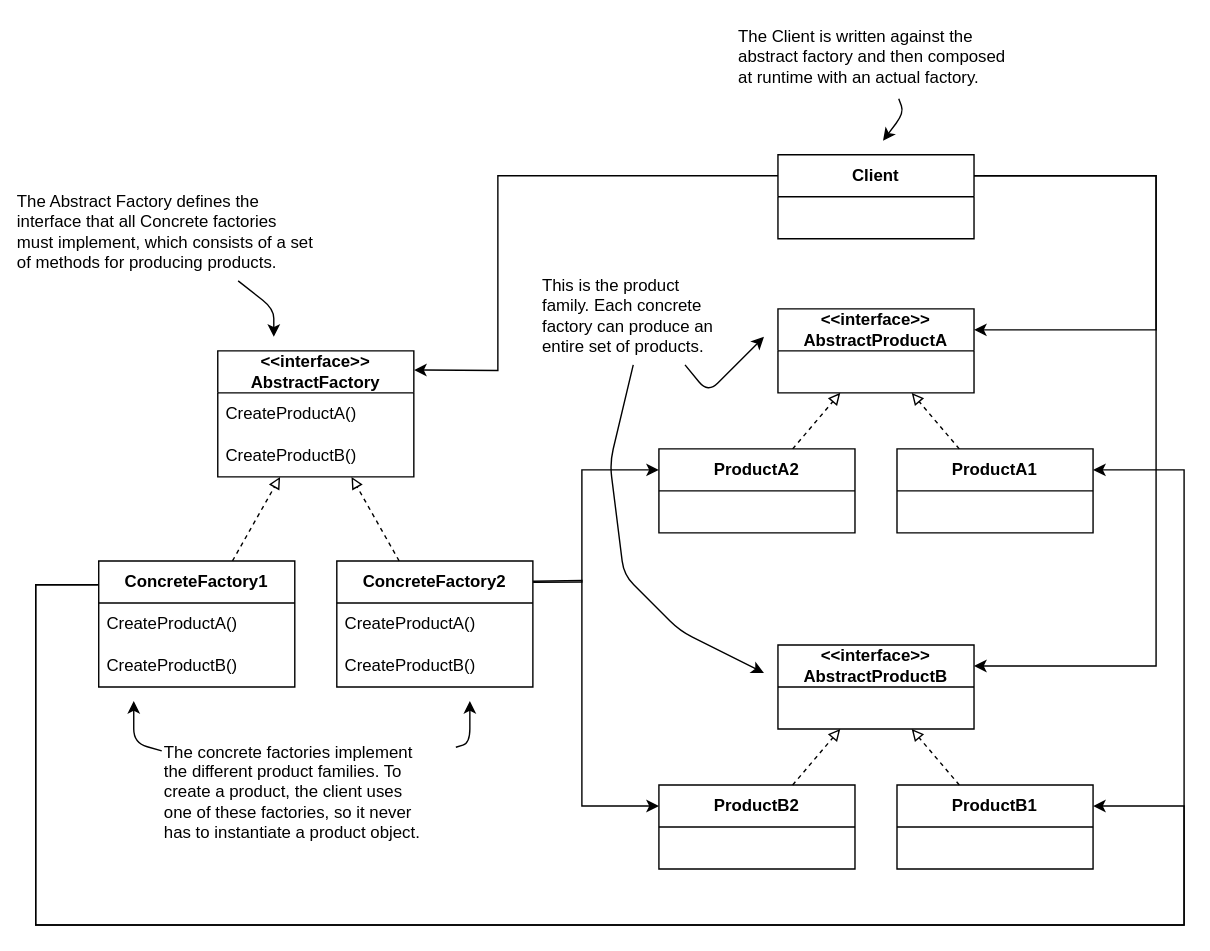
The draw.io diagram head-first-design-patterns/diagrams/svg/04_05_abstract_factory_pattern.drawio.svg in huyurt/book-summary, before a commit. Source tidied: cells renumbered, new cells last; positions are measured from the earlier drawing's top-left corner, leaving out a move shared by most shapes. The source it was exported from:
```xml
<mxGraphModel>
  <root>
    <mxCell id="0" />
    <mxCell id="1" parent="0" />
    <mxCell id="2" value="&lt;span style=&quot;font-weight: 700;&quot;&gt;&amp;lt;&amp;lt;interface&amp;gt;&amp;gt;&lt;/span&gt;&lt;br style=&quot;border-color: var(--border-color); padding: 0px; margin: 0px; font-weight: 700;&quot;&gt;&lt;span style=&quot;font-weight: 700;&quot;&gt;AbstractFactory&lt;/span&gt;" style="swimlane;fontStyle=0;horizontal=1;startSize=30;whiteSpace=wrap;html=1;" parent="1" vertex="1">
      <mxGeometry x="145" y="240" width="140" height="90" as="geometry" />
    </mxCell>
    <mxCell id="3" value="CreateProductA()" style="text;strokeColor=none;fillColor=none;align=left;verticalAlign=middle;spacingLeft=4;spacingRight=4;overflow=hidden;whiteSpace=wrap;html=1;" parent="2" vertex="1">
      <mxGeometry y="30" width="140" height="30" as="geometry" />
    </mxCell>
    <mxCell id="4" value="CreateProductB()" style="text;strokeColor=none;fillColor=none;align=left;verticalAlign=middle;spacingLeft=4;spacingRight=4;overflow=hidden;whiteSpace=wrap;html=1;" parent="2" vertex="1">
      <mxGeometry y="60" width="140" height="30" as="geometry" />
    </mxCell>
    <mxCell id="5" value="&lt;b&gt;Client&lt;/b&gt;" style="swimlane;fontStyle=0;horizontal=1;startSize=30;whiteSpace=wrap;html=1;" parent="1" vertex="1">
      <mxGeometry x="545" y="100" width="140" height="60" as="geometry" />
    </mxCell>
    <mxCell id="6" value="&lt;span style=&quot;font-weight: 700;&quot;&gt;&amp;lt;&amp;lt;interface&amp;gt;&amp;gt;&lt;/span&gt;&lt;br style=&quot;border-color: var(--border-color); padding: 0px; margin: 0px; font-weight: 700;&quot;&gt;&lt;span style=&quot;font-weight: 700;&quot;&gt;AbstractProductA&lt;/span&gt;" style="swimlane;fontStyle=0;horizontal=1;startSize=30;whiteSpace=wrap;html=1;" parent="1" vertex="1">
      <mxGeometry x="545" y="210" width="140" height="60" as="geometry" />
    </mxCell>
    <mxCell id="7" value="&lt;span style=&quot;font-weight: 700;&quot;&gt;&amp;lt;&amp;lt;interface&amp;gt;&amp;gt;&lt;/span&gt;&lt;br style=&quot;border-color: var(--border-color); padding: 0px; margin: 0px; font-weight: 700;&quot;&gt;&lt;span style=&quot;font-weight: 700;&quot;&gt;AbstractProductB&lt;/span&gt;" style="swimlane;fontStyle=0;horizontal=1;startSize=30;whiteSpace=wrap;html=1;" parent="1" vertex="1">
      <mxGeometry x="545" y="450" width="140" height="60" as="geometry" />
    </mxCell>
    <mxCell id="8" value="&lt;b&gt;ProductA2&lt;/b&gt;" style="swimlane;fontStyle=0;horizontal=1;startSize=30;whiteSpace=wrap;html=1;" parent="1" vertex="1">
      <mxGeometry x="460" y="310" width="140" height="60" as="geometry" />
    </mxCell>
    <mxCell id="9" value="&lt;b&gt;ProductA1&lt;/b&gt;" style="swimlane;fontStyle=0;horizontal=1;startSize=30;whiteSpace=wrap;html=1;" parent="1" vertex="1">
      <mxGeometry x="630" y="310" width="140" height="60" as="geometry" />
    </mxCell>
    <mxCell id="10" value="&lt;b&gt;ProductB2&lt;/b&gt;" style="swimlane;fontStyle=0;horizontal=1;startSize=30;whiteSpace=wrap;html=1;" parent="1" vertex="1">
      <mxGeometry x="460" y="550" width="140" height="60" as="geometry" />
    </mxCell>
    <mxCell id="11" value="&lt;b&gt;ProductB1&lt;/b&gt;" style="swimlane;fontStyle=0;horizontal=1;startSize=30;whiteSpace=wrap;html=1;" parent="1" vertex="1">
      <mxGeometry x="630" y="550" width="140" height="60" as="geometry" />
    </mxCell>
    <mxCell id="12" value="&lt;b&gt;ConcreteFactory1&lt;/b&gt;" style="swimlane;fontStyle=0;horizontal=1;startSize=30;whiteSpace=wrap;html=1;" parent="1" vertex="1">
      <mxGeometry x="60" y="390" width="140" height="90" as="geometry" />
    </mxCell>
    <mxCell id="13" value="CreateProductA()" style="text;strokeColor=none;fillColor=none;align=left;verticalAlign=middle;spacingLeft=4;spacingRight=4;overflow=hidden;whiteSpace=wrap;html=1;" parent="12" vertex="1">
      <mxGeometry y="30" width="140" height="30" as="geometry" />
    </mxCell>
    <mxCell id="14" value="CreateProductB()" style="text;strokeColor=none;fillColor=none;align=left;verticalAlign=middle;spacingLeft=4;spacingRight=4;overflow=hidden;whiteSpace=wrap;html=1;" parent="12" vertex="1">
      <mxGeometry y="60" width="140" height="30" as="geometry" />
    </mxCell>
    <mxCell id="15" value="&lt;b&gt;ConcreteFactory2&lt;/b&gt;" style="swimlane;fontStyle=0;horizontal=1;startSize=30;whiteSpace=wrap;html=1;" parent="1" vertex="1">
      <mxGeometry x="230" y="390" width="140" height="90" as="geometry" />
    </mxCell>
    <mxCell id="16" value="CreateProductA()" style="text;strokeColor=none;fillColor=none;align=left;verticalAlign=middle;spacingLeft=4;spacingRight=4;overflow=hidden;whiteSpace=wrap;html=1;" parent="15" vertex="1">
      <mxGeometry y="30" width="140" height="30" as="geometry" />
    </mxCell>
    <mxCell id="17" value="CreateProductB()" style="text;strokeColor=none;fillColor=none;align=left;verticalAlign=middle;spacingLeft=4;spacingRight=4;overflow=hidden;whiteSpace=wrap;html=1;" parent="15" vertex="1">
      <mxGeometry y="60" width="140" height="30" as="geometry" />
    </mxCell>
    <mxCell id="18" style="endArrow=classic;html=1;rounded=0;exitX=0;exitY=0.25;exitDx=0;exitDy=0;entryX=1.001;entryY=0.152;entryDx=0;entryDy=0;entryPerimeter=0;" parent="1" edge="1" source="5" target="2">
      <mxGeometry relative="1" as="geometry">
        <Array as="points">
          <mxPoint x="345" y="115" />
          <mxPoint x="345" y="254" />
        </Array>
      </mxGeometry>
    </mxCell>
    <mxCell id="19" style="endArrow=classic;html=1;rounded=0;exitX=1;exitY=0.25;exitDx=0;exitDy=0;entryX=1;entryY=0.25;entryDx=0;entryDy=0;" parent="1" edge="1" source="5" target="6">
      <mxGeometry relative="1" as="geometry">
        <Array as="points">
          <mxPoint x="815" y="115" />
          <mxPoint x="815" y="225" />
        </Array>
      </mxGeometry>
    </mxCell>
    <mxCell id="20" style="endArrow=classic;html=1;rounded=0;exitX=1;exitY=0.25;exitDx=0;exitDy=0;entryX=1;entryY=0.25;entryDx=0;entryDy=0;" parent="1" edge="1" source="5" target="7">
      <mxGeometry relative="1" as="geometry">
        <Array as="points">
          <mxPoint x="815" y="115" />
          <mxPoint x="815" y="465" />
        </Array>
      </mxGeometry>
    </mxCell>
    <mxCell id="21" style="endArrow=block;html=1;rounded=0;endFill=0;dashed=1;" parent="1" edge="1" source="8" target="6">
      <mxGeometry relative="1" as="geometry" />
    </mxCell>
    <mxCell id="22" style="endArrow=block;html=1;rounded=0;endFill=0;dashed=1;" parent="1" edge="1" source="9" target="6">
      <mxGeometry relative="1" as="geometry" />
    </mxCell>
    <mxCell id="23" style="endArrow=block;html=1;rounded=0;endFill=0;dashed=1;" parent="1" edge="1" source="10" target="7">
      <mxGeometry relative="1" as="geometry" />
    </mxCell>
    <mxCell id="24" style="endArrow=block;html=1;rounded=0;endFill=0;dashed=1;" parent="1" edge="1" source="11" target="7">
      <mxGeometry relative="1" as="geometry" />
    </mxCell>
    <mxCell id="25" style="endArrow=classic;html=1;rounded=0;entryX=1;entryY=0.25;entryDx=0;entryDy=0;exitX=0.001;exitY=0.189;exitDx=0;exitDy=0;exitPerimeter=0;" parent="1" edge="1" source="12" target="9">
      <mxGeometry relative="1" as="geometry">
        <Array as="points">
          <mxPoint x="15" y="407" />
          <mxPoint x="15" y="650" />
          <mxPoint x="835" y="650" />
          <mxPoint x="835" y="325" />
        </Array>
      </mxGeometry>
    </mxCell>
    <mxCell id="26" style="endArrow=classic;html=1;rounded=0;entryX=1;entryY=0.25;entryDx=0;entryDy=0;exitX=-0.005;exitY=0.189;exitDx=0;exitDy=0;exitPerimeter=0;" parent="1" edge="1" source="12" target="11">
      <mxGeometry relative="1" as="geometry">
        <Array as="points">
          <mxPoint x="15" y="407" />
          <mxPoint x="15" y="650" />
          <mxPoint x="835" y="650" />
          <mxPoint x="835" y="565" />
        </Array>
      </mxGeometry>
    </mxCell>
    <mxCell id="27" style="endArrow=classic;html=1;rounded=0;exitX=1.001;exitY=0.17;exitDx=0;exitDy=0;exitPerimeter=0;entryX=0;entryY=0.25;entryDx=0;entryDy=0;" parent="1" edge="1" source="15" target="8">
      <mxGeometry relative="1" as="geometry">
        <Array as="points">
          <mxPoint x="405" y="405" />
          <mxPoint x="405" y="325" />
        </Array>
      </mxGeometry>
    </mxCell>
    <mxCell id="28" style="endArrow=classic;html=1;rounded=0;exitX=1.001;exitY=0.161;exitDx=0;exitDy=0;exitPerimeter=0;entryX=0;entryY=0.25;entryDx=0;entryDy=0;" parent="1" edge="1" source="15" target="10">
      <mxGeometry relative="1" as="geometry">
        <Array as="points">
          <mxPoint x="405" y="404" />
          <mxPoint x="405" y="565" />
        </Array>
      </mxGeometry>
    </mxCell>
    <mxCell id="29" style="endArrow=block;html=1;rounded=0;endFill=0;dashed=1;" parent="1" edge="1" source="12" target="2">
      <mxGeometry relative="1" as="geometry" />
    </mxCell>
    <mxCell id="30" style="endArrow=block;html=1;rounded=0;endFill=0;dashed=1;" parent="1" edge="1" source="15" target="2">
      <mxGeometry relative="1" as="geometry" />
    </mxCell>
    <mxCell id="31" value="&lt;div&gt;The Abstract Factory defines the&lt;/div&gt;&lt;div&gt;interface that all Concrete factories&lt;/div&gt;&lt;div&gt;must implement, which consists of a set&lt;/div&gt;&lt;div&gt;of methods for producing products.&lt;/div&gt;" style="text;html=1;align=left;verticalAlign=middle;points=[];strokeColor=none;fillColor=none;" parent="1" vertex="1">
      <mxGeometry y="120" width="230" height="70" as="geometry" />
    </mxCell>
    <mxCell id="32" style="endArrow=classic;html=1;rounded=1;" parent="1" edge="1" source="31">
      <mxGeometry relative="1" as="geometry">
        <mxPoint x="185" y="230" as="targetPoint" />
        <Array as="points">
          <mxPoint x="185" y="210" />
        </Array>
      </mxGeometry>
    </mxCell>
    <mxCell id="33" value="&lt;div&gt;The Client is written against the&lt;/div&gt;&lt;div&gt;abstract factory and then composed&lt;/div&gt;&lt;div&gt;at runtime with an actual factory.&lt;/div&gt;" style="text;html=1;align=left;verticalAlign=middle;points=[];strokeColor=none;fillColor=none;" parent="1" vertex="1">
      <mxGeometry x="515" width="210" height="60" as="geometry" />
    </mxCell>
    <mxCell id="34" style="endArrow=classic;html=1;rounded=1;" parent="1" edge="1" source="33">
      <mxGeometry relative="1" as="geometry">
        <mxPoint x="620" y="90" as="targetPoint" />
        <Array as="points">
          <mxPoint x="635" y="70" />
        </Array>
      </mxGeometry>
    </mxCell>
    <mxCell id="35" value="This is the product&#10;family. Each concrete&#10;factory can produce an&#10;entire set of products." style="text;html=1;align=left;verticalAlign=middle;points=[];strokeColor=none;fillColor=none;" parent="1" vertex="1">
      <mxGeometry x="375" y="180" width="150" height="70" as="geometry" />
    </mxCell>
    <mxCell id="36" style="endArrow=classic;html=1;rounded=1;" parent="1" edge="1" source="35">
      <mxGeometry relative="1" as="geometry">
        <mxPoint x="535" y="230" as="targetPoint" />
        <Array as="points">
          <mxPoint x="495" y="270" />
        </Array>
      </mxGeometry>
    </mxCell>
    <mxCell id="37" style="endArrow=classic;html=1;rounded=1;" parent="1" edge="1" source="35">
      <mxGeometry relative="1" as="geometry">
        <mxPoint x="535" y="470" as="targetPoint" />
        <Array as="points">
          <mxPoint x="425" y="320" />
          <mxPoint x="435" y="400" />
          <mxPoint x="475" y="440" />
        </Array>
      </mxGeometry>
    </mxCell>
    <mxCell id="38" value="&lt;div&gt;The concrete factories implement&lt;/div&gt;&lt;div&gt;the different product families. To&lt;/div&gt;&lt;div&gt;create a product, the client uses&lt;/div&gt;&lt;div&gt;one of these factories, so it never&lt;/div&gt;&lt;div&gt;has to instantiate a product object.&lt;/div&gt;" style="text;html=1;align=left;verticalAlign=middle;points=[];strokeColor=none;fillColor=none;" parent="1" vertex="1">
      <mxGeometry x="105" y="510" width="210" height="90" as="geometry" />
    </mxCell>
    <mxCell id="39" style="endArrow=classic;html=1;rounded=1;" parent="1" edge="1" source="38">
      <mxGeometry relative="1" as="geometry">
        <mxPoint x="85" y="490" as="targetPoint" />
        <Array as="points">
          <mxPoint x="85" y="520" />
        </Array>
      </mxGeometry>
    </mxCell>
    <mxCell id="40" style="endArrow=classic;html=1;rounded=1;" parent="1" edge="1" source="38">
      <mxGeometry relative="1" as="geometry">
        <mxPoint x="325" y="490" as="targetPoint" />
        <Array as="points">
          <mxPoint x="325" y="520" />
        </Array>
      </mxGeometry>
    </mxCell>
  </root>
</mxGraphModel>
```
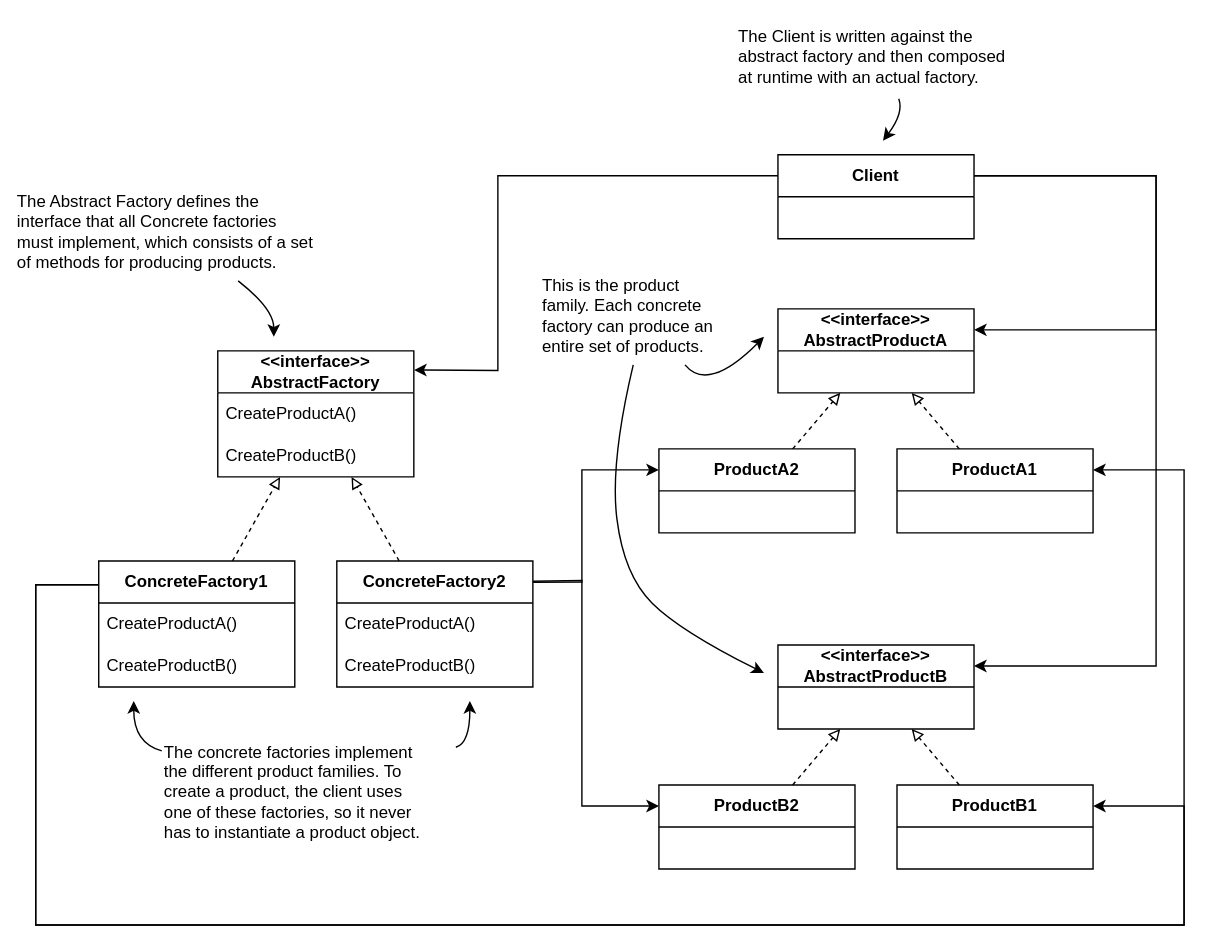
After the commit.

Diff of the diagram source:
```diff
@@ -131,7 +131,7 @@
     <mxCell id="31" value="&lt;div&gt;The Abstract Factory defines the&lt;/div&gt;&lt;div&gt;interface that all Concrete factories&lt;/div&gt;&lt;div&gt;must implement, which consists of a set&lt;/div&gt;&lt;div&gt;of methods for producing products.&lt;/div&gt;" style="text;html=1;align=left;verticalAlign=middle;points=[];strokeColor=none;fillColor=none;" parent="1" vertex="1">
       <mxGeometry y="120" width="230" height="70" as="geometry" />
     </mxCell>
-    <mxCell id="32" style="endArrow=classic;html=1;rounded=1;" parent="1" edge="1" source="31">
+    <mxCell id="32" style="endArrow=classic;html=1;curved=1;" parent="1" edge="1" source="31">
       <mxGeometry relative="1" as="geometry">
         <mxPoint x="185" y="230" as="targetPoint" />
         <Array as="points">
@@ -142,7 +142,7 @@
     <mxCell id="33" value="&lt;div&gt;The Client is written against the&lt;/div&gt;&lt;div&gt;abstract factory and then composed&lt;/div&gt;&lt;div&gt;at runtime with an actual factory.&lt;/div&gt;" style="text;html=1;align=left;verticalAlign=middle;points=[];strokeColor=none;fillColor=none;" parent="1" vertex="1">
       <mxGeometry x="515" width="210" height="60" as="geometry" />
     </mxCell>
-    <mxCell id="34" style="endArrow=classic;html=1;rounded=1;" parent="1" edge="1" source="33">
+    <mxCell id="34" style="endArrow=classic;html=1;curved=1;" parent="1" edge="1" source="33">
       <mxGeometry relative="1" as="geometry">
         <mxPoint x="620" y="90" as="targetPoint" />
         <Array as="points">
@@ -153,7 +153,7 @@
     <mxCell id="35" value="This is the product&#10;family. Each concrete&#10;factory can produce an&#10;entire set of products." style="text;html=1;align=left;verticalAlign=middle;points=[];strokeColor=none;fillColor=none;" parent="1" vertex="1">
       <mxGeometry x="375" y="180" width="150" height="70" as="geometry" />
     </mxCell>
-    <mxCell id="36" style="endArrow=classic;html=1;rounded=1;" parent="1" edge="1" source="35">
+    <mxCell id="36" style="endArrow=classic;html=1;curved=1;" parent="1" edge="1" source="35">
       <mxGeometry relative="1" as="geometry">
         <mxPoint x="535" y="230" as="targetPoint" />
         <Array as="points">
@@ -161,7 +161,7 @@
         </Array>
       </mxGeometry>
     </mxCell>
-    <mxCell id="37" style="endArrow=classic;html=1;rounded=1;" parent="1" edge="1" source="35">
+    <mxCell id="37" style="endArrow=classic;html=1;curved=1;" parent="1" edge="1" source="35">
       <mxGeometry relative="1" as="geometry">
         <mxPoint x="535" y="470" as="targetPoint" />
         <Array as="points">
@@ -174,7 +174,7 @@
     <mxCell id="38" value="&lt;div&gt;The concrete factories implement&lt;/div&gt;&lt;div&gt;the different product families. To&lt;/div&gt;&lt;div&gt;create a product, the client uses&lt;/div&gt;&lt;div&gt;one of these factories, so it never&lt;/div&gt;&lt;div&gt;has to instantiate a product object.&lt;/div&gt;" style="text;html=1;align=left;verticalAlign=middle;points=[];strokeColor=none;fillColor=none;" parent="1" vertex="1">
       <mxGeometry x="105" y="510" width="210" height="90" as="geometry" />
     </mxCell>
-    <mxCell id="39" style="endArrow=classic;html=1;rounded=1;" parent="1" edge="1" source="38">
+    <mxCell id="39" style="endArrow=classic;html=1;curved=1;" parent="1" edge="1" source="38">
       <mxGeometry relative="1" as="geometry">
         <mxPoint x="85" y="490" as="targetPoint" />
         <Array as="points">
@@ -182,7 +182,7 @@
         </Array>
       </mxGeometry>
     </mxCell>
-    <mxCell id="40" style="endArrow=classic;html=1;rounded=1;" parent="1" edge="1" source="38">
+    <mxCell id="40" style="endArrow=classic;html=1;curved=1;" parent="1" edge="1" source="38">
       <mxGeometry relative="1" as="geometry">
         <mxPoint x="325" y="490" as="targetPoint" />
         <Array as="points">
```
